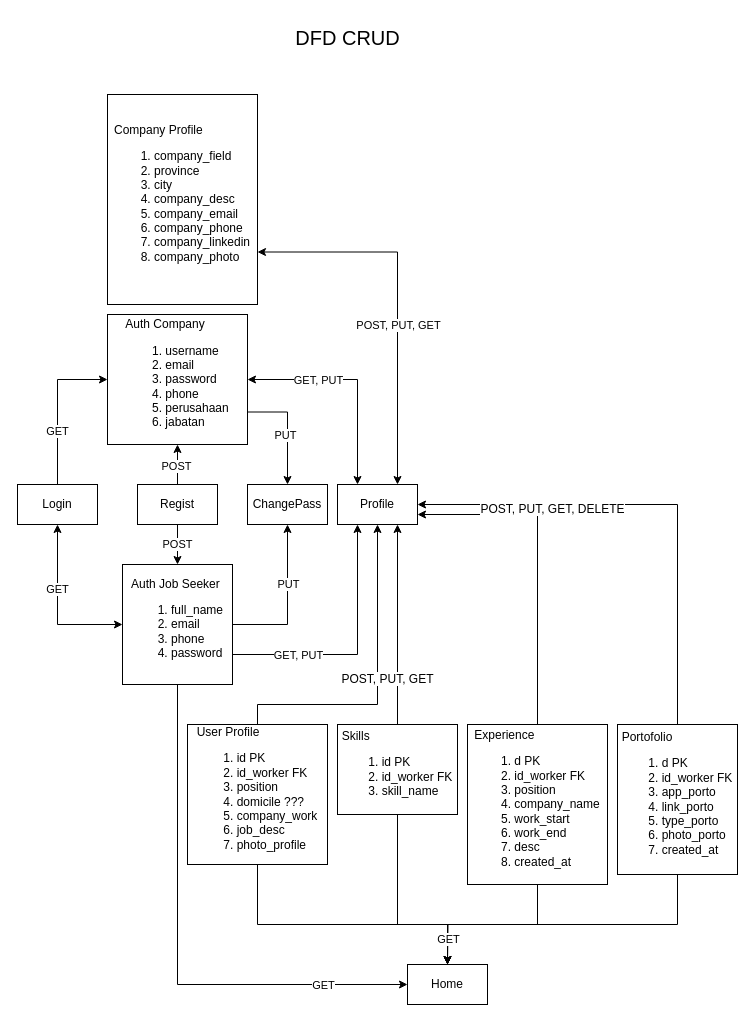
Before: DFD CRUD.drawio in LKanugrahan/StorageTeamProjectBE, a draw.io diagram. Source tidied: cells renumbered, new cells numbered last; positions are measured from the earlier drawing's top-left corner, leaving out a move shared by most shapes. Both pictures are drawn from the tidied source at 100%, with x=0, y=0 at pixel (17, 17).
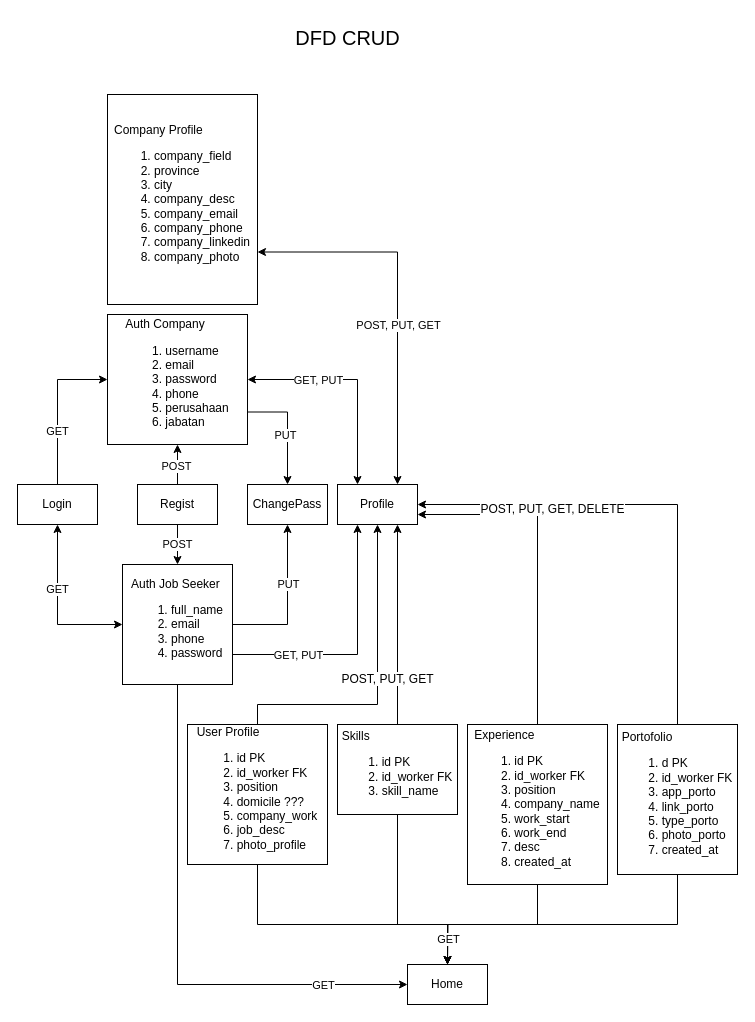
Above is the later version.

The edit, as a diff of the source:
```diff
@@
-    <mxCell id="28" value="&lt;div style=&quot;text-align: left;&quot;&gt;Experience&lt;/div&gt;&lt;div style=&quot;text-align: left;&quot;&gt;&lt;ol&gt;&lt;li style=&quot;border-color: var(--border-color);&quot;&gt;d PK&lt;/li&gt;&lt;li style=&quot;border-color: var(--border-color);&quot;&gt;&lt;span style=&quot;border-color: var(--border-color); background-color: initial;&quot;&gt;id_worker FK&lt;/span&gt;&lt;/li&gt;&lt;li&gt;&lt;span style=&quot;background-color: initial;&quot;&gt;position&lt;/span&gt;&lt;/li&gt;&lt;li&gt;&lt;span style=&quot;background-color: initial;&quot;&gt;company_name&lt;/span&gt;&lt;/li&gt;&lt;li&gt;&lt;span style=&quot;background-color: initial;&quot;&gt;work_start&lt;/span&gt;&lt;/li&gt;&lt;li&gt;&lt;span style=&quot;background-color: initial;&quot;&gt;work_end&lt;/span&gt;&lt;/li&gt;&lt;li&gt;&lt;span style=&quot;background-color: initial;&quot;&gt;desc&lt;/span&gt;&lt;/li&gt;&lt;li&gt;created_at&lt;/li&gt;&lt;/ol&gt;&lt;/div&gt;&lt;div style=&quot;text-align: justify;&quot;&gt;&lt;/div&gt;" style="rounded=0;whiteSpace=wrap;html=1;" parent="1" vertex="1">
+    <mxCell id="28" value="&lt;div style=&quot;text-align: left;&quot;&gt;Experience&lt;/div&gt;&lt;div style=&quot;text-align: left;&quot;&gt;&lt;ol&gt;&lt;li style=&quot;border-color: var(--border-color);&quot;&gt;id PK&lt;/li&gt;&lt;li style=&quot;border-color: var(--border-color);&quot;&gt;&lt;span style=&quot;border-color: var(--border-color); background-color: initial;&quot;&gt;id_worker FK&lt;/span&gt;&lt;/li&gt;&lt;li&gt;&lt;span style=&quot;background-color: initial;&quot;&gt;position&lt;/span&gt;&lt;/li&gt;&lt;li&gt;&lt;span style=&quot;background-color: initial;&quot;&gt;company_name&lt;/span&gt;&lt;/li&gt;&lt;li&gt;&lt;span style=&quot;background-color: initial;&quot;&gt;work_start&lt;/span&gt;&lt;/li&gt;&lt;li&gt;&lt;span style=&quot;background-color: initial;&quot;&gt;work_end&lt;/span&gt;&lt;/li&gt;&lt;li&gt;&lt;span style=&quot;background-color: initial;&quot;&gt;desc&lt;/span&gt;&lt;/li&gt;&lt;li&gt;created_at&lt;/li&gt;&lt;/ol&gt;&lt;/div&gt;&lt;div style=&quot;text-align: justify;&quot;&gt;&lt;/div&gt;" style="rounded=0;whiteSpace=wrap;html=1;" parent="1" vertex="1">
       <mxGeometry x="450" y="707" width="140" height="160" as="geometry" />
     </mxCell>
```
